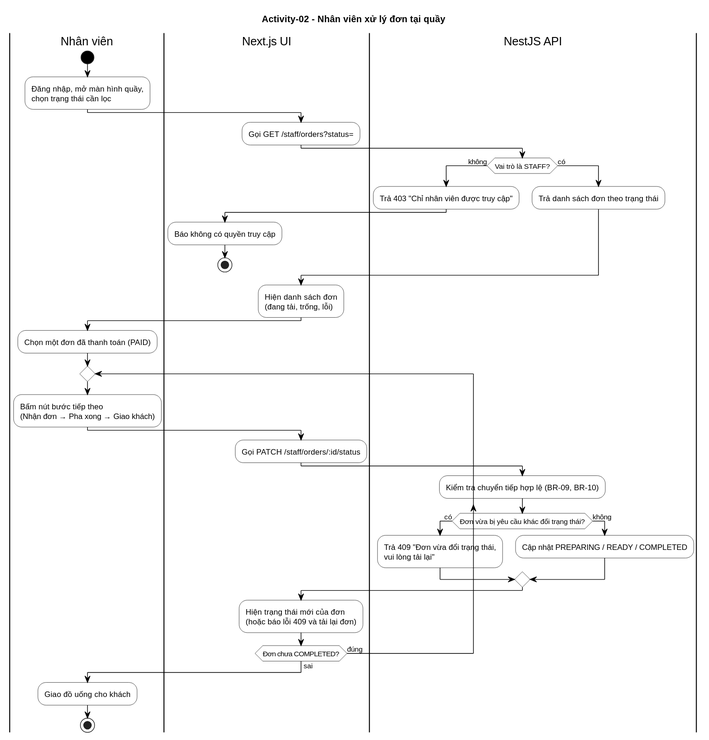
Before: docs/diagrams/activity-02-nhan-vien-xu-ly-don.svg, a diagram exported from PlantUML (phi10hung/brewlite-ass2).
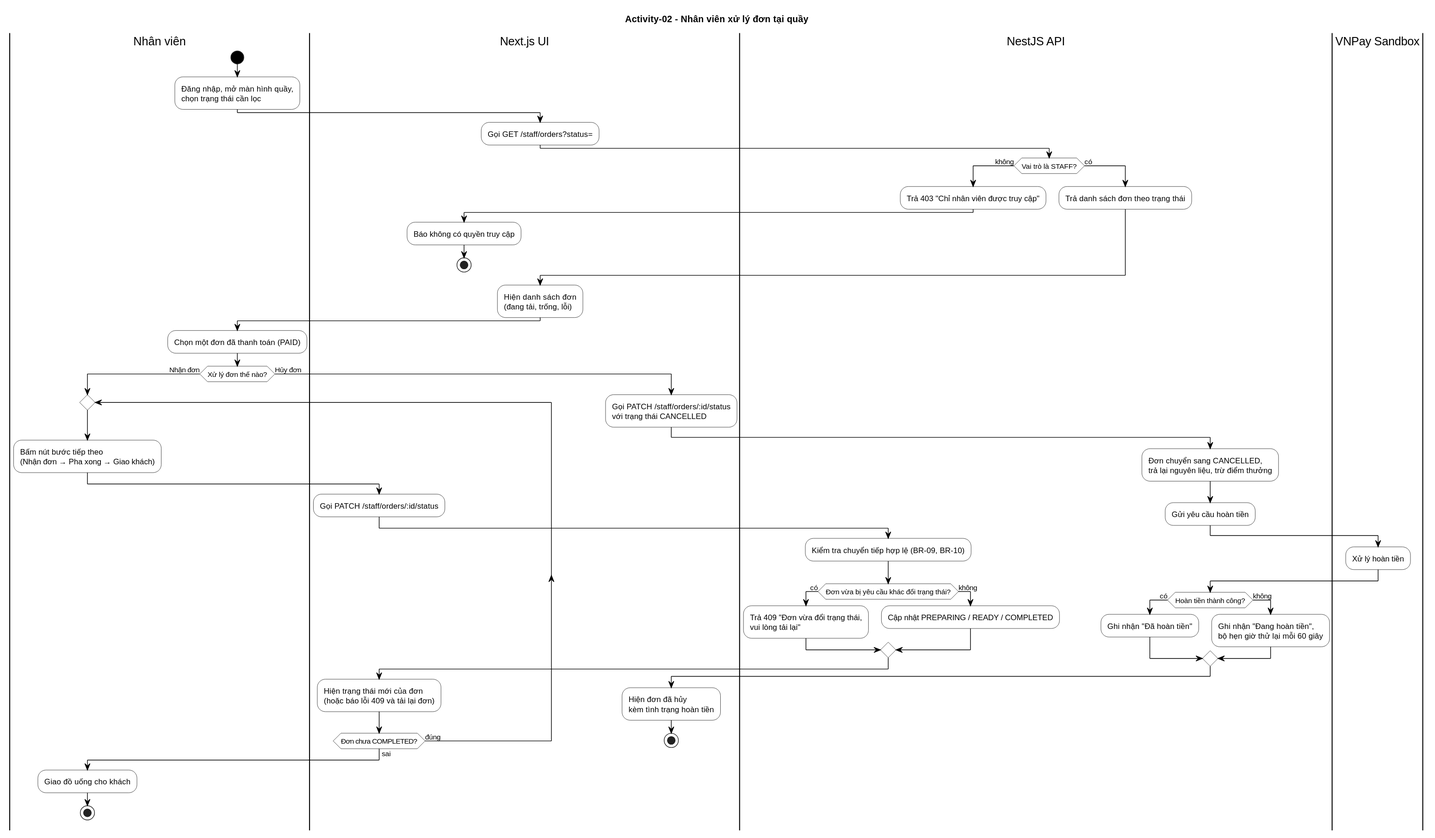
The same file after the commit.

Commit message:
docs: cập nhật ảnh activity diagram nhân viên theo bản đầy đủ

Change to the diagram source:
```diff
@@ -13,6 +13,7 @@
 |Nhân viên|
 |Next.js UI|
 |NestJS API|
+|VNPay Sandbox|
 
 |Nhân viên|
 start
@@ -36,25 +37,48 @@
 |Nhân viên|
 :Chọn một đơn đã thanh toán (PAID);
 
-repeat
+if (Xử lý đơn thế nào?) then (Nhận đơn)
+  repeat
+    |Nhân viên|
+    :Bấm nút bước tiếp theo
+    (Nhận đơn → Pha xong → Giao khách);
+    |Next.js UI|
+    :Gọi PATCH /staff/orders/:id/status;
+    |NestJS API|
+    :Kiểm tra chuyển tiếp hợp lệ (BR-09, BR-10);
+    if (Đơn vừa bị yêu cầu khác đổi trạng thái?) then (có)
+      :Trả 409 "Đơn vừa đổi trạng thái,
+      vui lòng tải lại";
+    else (không)
+      :Cập nhật PREPARING / READY / COMPLETED;
+    endif
+    |Next.js UI|
+    :Hiện trạng thái mới của đơn
+    (hoặc báo lỗi 409 và tải lại đơn);
+  repeat while (Đơn chưa COMPLETED?) is (đúng) not (sai)
   |Nhân viên|
-  :Bấm nút bước tiếp theo
-  (Nhận đơn → Pha xong → Giao khách);
+  :Giao đồ uống cho khách;
+  stop
+else (Hủy đơn)
   |Next.js UI|
-  :Gọi PATCH /staff/orders/:id/status;
+  :Gọi PATCH /staff/orders/:id/status
+  với trạng thái CANCELLED;
   |NestJS API|
-  :Kiểm tra chuyển tiếp hợp lệ (BR-09, BR-10);
-  if (Đơn vừa bị yêu cầu khác đổi trạng thái?) then (có)
-    :Trả 409 "Đơn vừa đổi trạng thái,
-    vui lòng tải lại";
+  :Đơn chuyển sang CANCELLED,
+  trả lại nguyên liệu, trừ điểm thưởng;
+  :Gửi yêu cầu hoàn tiền;
+  |VNPay Sandbox|
+  :Xử lý hoàn tiền;
+  |NestJS API|
+  if (Hoàn tiền thành công?) then (có)
+    :Ghi nhận "Đã hoàn tiền";
   else (không)
-    :Cập nhật PREPARING / READY / COMPLETED;
+    :Ghi nhận "Đang hoàn tiền",
+    bộ hẹn giờ thử lại mỗi 60 giây;
   endif
   |Next.js UI|
-  :Hiện trạng thái mới của đơn
-  (hoặc báo lỗi 409 và tải lại đơn);
-repeat while (Đơn chưa COMPLETED?) is (đúng) not (sai)
-|Nhân viên|
-:Giao đồ uống cho khách;
-stop
+  :Hiện đơn đã hủy
+  kèm tình trạng hoàn tiền;
+  stop
+endif
 @enduml
```
